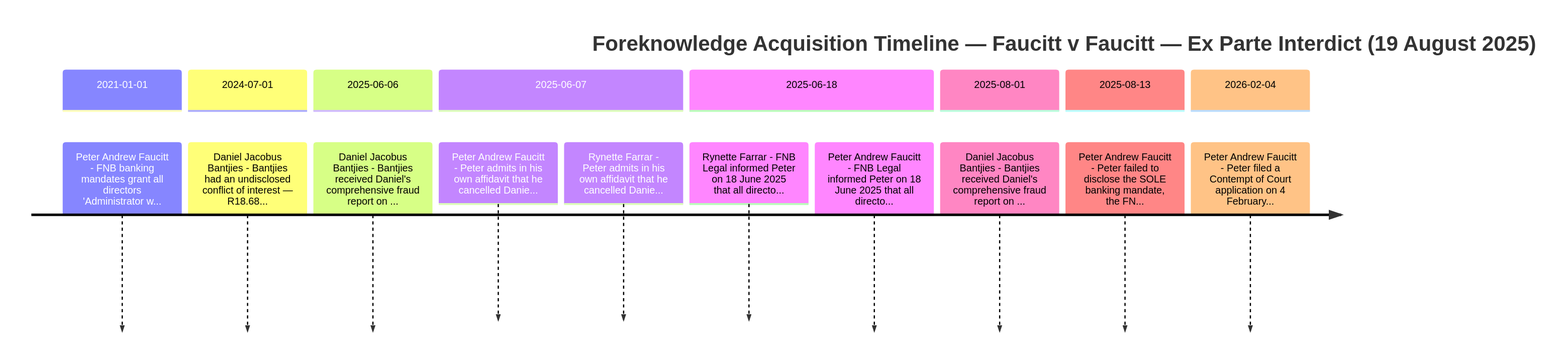
This is ANNEXURES/VOID_AB_INITIO_EVIDENCE/analysis/foreknowledge_timeline.png from cogpy/canima12, a Mermaid export, as it was before one commit. Its source is kept beside it as ANNEXURES/VOID_AB_INITIO_EVIDENCE/analysis/foreknowledge_timeline.mmd.
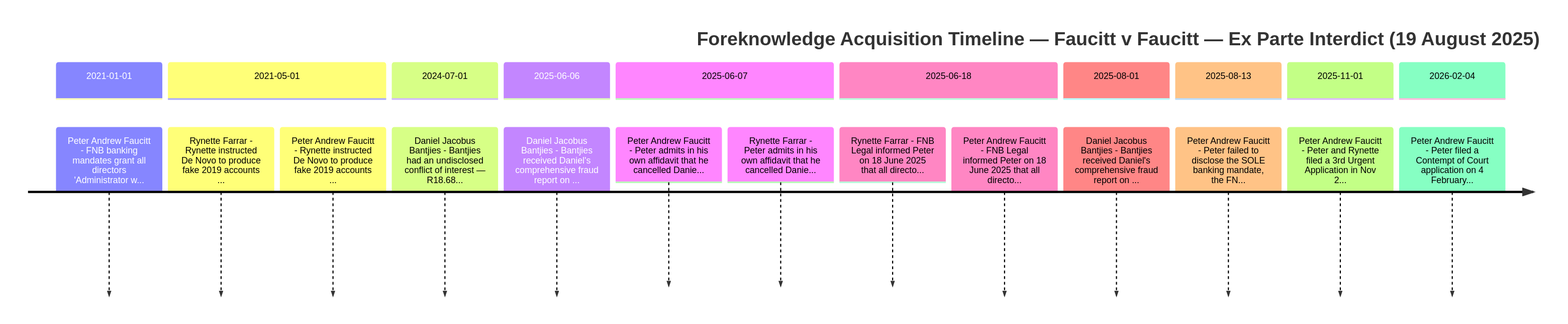
Later version of the same file.

Commit message:
ADD: Fake accounts evidence & weaponized litigation pattern

Change to the diagram source:
```diff
@@ -2,6 +2,9 @@
     title Foreknowledge Acquisition Timeline — Faucitt v Faucitt — Ex Parte Interdict (19 August 2025)
     section 2021-01-01
         Peter Andrew Faucitt - FNB banking mandates grant all directors 'Administrator w...
+    section 2021-05-01
+        Rynette Farrar - Rynette instructed De Novo to produce fake 2019 accounts ...
+        Peter Andrew Faucitt - Rynette instructed De Novo to produce fake 2019 accounts ...
     section 2024-07-01
         Daniel Jacobus Bantjies - Bantjies had an undisclosed conflict of interest — R18.68...
     section 2025-06-06
@@ -16,5 +19,7 @@
         Daniel Jacobus Bantjies - Bantjies received Daniel's comprehensive fraud report on ...
     section 2025-08-13
         Peter Andrew Faucitt - Peter failed to disclose the SOLE banking mandate, the FN...
+    section 2025-11-01
+        Peter Andrew Faucitt - Peter and Rynette filed a 3rd Urgent Application in Nov 2...
     section 2026-02-04
         Peter Andrew Faucitt - Peter filed a Contempt of Court application on 4 February...
```
